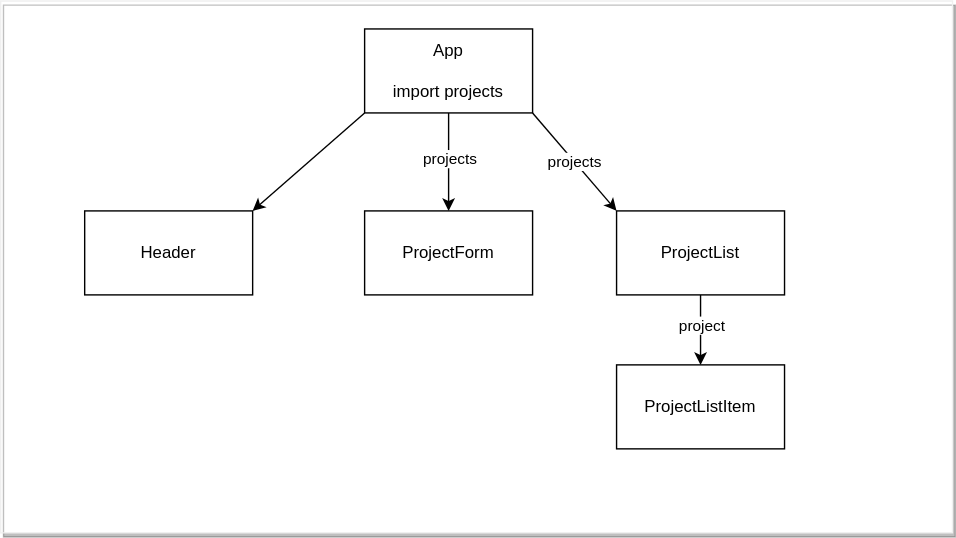
This is phase-2/03_information_flow/project_showcase/src/components-diagram.drawio.svg from gnappo1/west-041023-live, a draw.io export, as it was before one commit. Source tidied: cells renumbered, new cells last; positions are measured from the earlier drawing's top-left corner, leaving out a move shared by most shapes. Source of this version:
```xml
<mxGraphModel>
  <root>
    <mxCell id="0" />
    <mxCell id="1" parent="0" />
    <mxCell id="2" style="shape=table;startSize=0;strokeColor=#F0F0F0;shadow=1;" parent="1" vertex="1">
      <mxGeometry width="680" height="380" as="geometry" />
    </mxCell>
    <mxCell id="3" style="shape=partialRectangle;fillColor=none;top=0;left=0;bottom=0;right=0;" parent="2" vertex="1">
      <mxGeometry width="680" height="380" as="geometry" />
    </mxCell>
    <mxCell id="4" style="shape=partialRectangle;html=1;whiteSpace=wrap;overflow=hidden;fillColor=none;top=0;left=0;bottom=0;right=0;" parent="3" vertex="1">
      <mxGeometry width="680" height="380" as="geometry" />
    </mxCell>
    <mxCell id="5" style="edgeStyle=none;html=1;" parent="1" edge="1" source="7" target="9">
      <mxGeometry relative="1" as="geometry" />
    </mxCell>
    <mxCell id="6" value="projects" style="edgeLabel;html=1;align=center;verticalAlign=middle;" parent="5" vertex="1">
      <mxGeometry x="-0.07" relative="1" as="geometry" />
    </mxCell>
    <mxCell id="7" value="App&lt;br&gt;&lt;br&gt;import projects" style="rounded=0;whiteSpace=wrap;html=1;" parent="1" vertex="1">
      <mxGeometry x="260" y="20" width="120" height="60" as="geometry" />
    </mxCell>
    <mxCell id="8" value="Header" style="rounded=0;whiteSpace=wrap;html=1;" parent="1" vertex="1">
      <mxGeometry x="60" y="150" width="120" height="60" as="geometry" />
    </mxCell>
    <mxCell id="9" value="ProjectForm" style="rounded=0;whiteSpace=wrap;html=1;" parent="1" vertex="1">
      <mxGeometry x="260" y="150" width="120" height="60" as="geometry" />
    </mxCell>
    <mxCell id="10" style="edgeStyle=none;html=1;" parent="1" edge="1" source="12" target="13">
      <mxGeometry relative="1" as="geometry" />
    </mxCell>
    <mxCell id="11" value="project" style="edgeLabel;html=1;align=center;verticalAlign=middle;" parent="10" vertex="1">
      <mxGeometry x="-0.14" relative="1" as="geometry" />
    </mxCell>
    <mxCell id="12" value="ProjectList" style="rounded=0;whiteSpace=wrap;html=1;" parent="1" vertex="1">
      <mxGeometry x="440" y="150" width="120" height="60" as="geometry" />
    </mxCell>
    <mxCell id="13" value="ProjectListItem" style="rounded=0;whiteSpace=wrap;html=1;" parent="1" vertex="1">
      <mxGeometry x="440" y="260" width="120" height="60" as="geometry" />
    </mxCell>
    <mxCell id="14" style="endArrow=classic;html=1;entryX=1;entryY=0;entryDx=0;entryDy=0;exitX=0;exitY=1;exitDx=0;exitDy=0;" parent="1" edge="1" source="7" target="8">
      <mxGeometry relative="1" as="geometry" />
    </mxCell>
    <mxCell id="15" value="projects" style="endArrow=classic;html=1;entryX=0;entryY=0;entryDx=0;entryDy=0;exitX=1;exitY=1;exitDx=0;exitDy=0;" parent="1" edge="1" source="7" target="12">
      <mxGeometry relative="1" as="geometry" />
    </mxCell>
  </root>
</mxGraphModel>
```
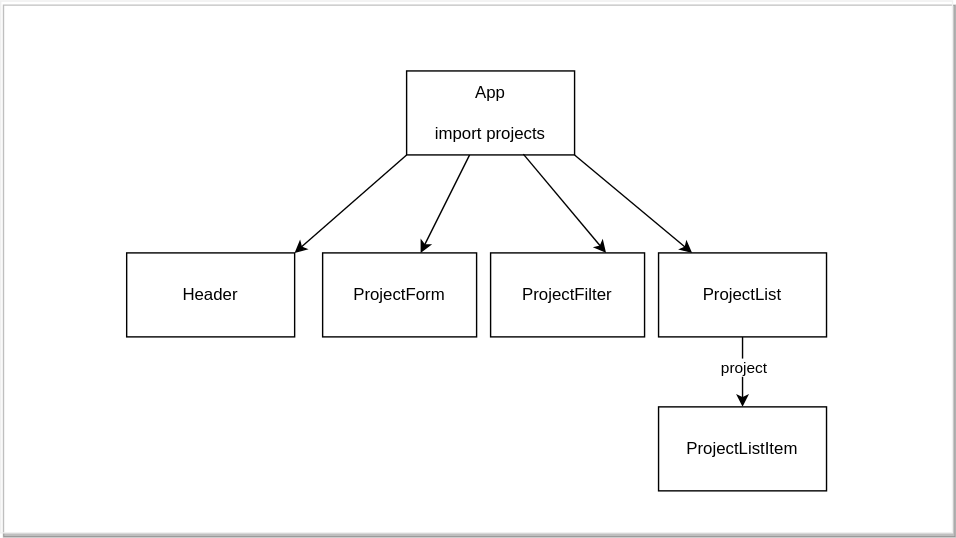
Later version of the same file.

What changed in the source:
```diff
@@ -3,7 +3,7 @@
     <mxCell id="0" />
     <mxCell id="1" parent="0" />
     <mxCell id="2" style="shape=table;startSize=0;strokeColor=#F0F0F0;shadow=1;" parent="1" vertex="1">
-      <mxGeometry width="680" height="380" as="geometry" />
+      <mxGeometry x="-30" y="-30" width="680" height="380" as="geometry" />
     </mxCell>
     <mxCell id="3" style="shape=partialRectangle;fillColor=none;top=0;left=0;bottom=0;right=0;" parent="2" vertex="1">
       <mxGeometry width="680" height="380" as="geometry" />
@@ -14,9 +14,9 @@
     <mxCell id="5" style="edgeStyle=none;html=1;" parent="1" edge="1" source="7" target="9">
       <mxGeometry relative="1" as="geometry" />
     </mxCell>
-    <mxCell id="6" value="projects" style="edgeLabel;html=1;align=center;verticalAlign=middle;" parent="5" vertex="1">
-      <mxGeometry x="-0.07" relative="1" as="geometry" />
-    </mxCell>
+    <mxCell id="15" style="edgeStyle=none;html=1;exitX=1;exitY=1;exitDx=0;exitDy=0;" parent="1" edge="1" source="7" target="12">
+      <mxGeometry relative="1" as="geometry" />
+    </mxCell>
     <mxCell id="7" value="App&lt;br&gt;&lt;br&gt;import projects" style="rounded=0;whiteSpace=wrap;html=1;" parent="1" vertex="1">
       <mxGeometry x="260" y="20" width="120" height="60" as="geometry" />
     </mxCell>
@@ -24,7 +24,7 @@
       <mxGeometry x="60" y="150" width="120" height="60" as="geometry" />
     </mxCell>
     <mxCell id="9" value="ProjectForm" style="rounded=0;whiteSpace=wrap;html=1;" parent="1" vertex="1">
-      <mxGeometry x="260" y="150" width="120" height="60" as="geometry" />
+      <mxGeometry x="200" y="150" width="110" height="60" as="geometry" />
     </mxCell>
     <mxCell id="10" style="edgeStyle=none;html=1;" parent="1" edge="1" source="12" target="13">
       <mxGeometry relative="1" as="geometry" />
@@ -41,8 +41,11 @@
     <mxCell id="14" style="endArrow=classic;html=1;entryX=1;entryY=0;entryDx=0;entryDy=0;exitX=0;exitY=1;exitDx=0;exitDy=0;" parent="1" edge="1" source="7" target="8">
       <mxGeometry relative="1" as="geometry" />
     </mxCell>
-    <mxCell id="15" value="projects" style="endArrow=classic;html=1;entryX=0;entryY=0;entryDx=0;entryDy=0;exitX=1;exitY=1;exitDx=0;exitDy=0;" parent="1" edge="1" source="7" target="12">
-      <mxGeometry relative="1" as="geometry" />
-    </mxCell>
+    <mxCell id="16" value="ProjectFilter" style="whiteSpace=wrap;html=1;" parent="1" vertex="1">
+      <mxGeometry x="320" y="150" width="110" height="60" as="geometry" />
+    </mxCell>
+    <mxCell id="17" style="edgeStyle=none;jettySize=auto;html=1;entryX=0.75;entryY=0;entryDx=0;entryDy=0;exitX=0.695;exitY=0.99;exitDx=0;exitDy=0;exitPerimeter=0;" parent="1" edge="1" source="7" target="16">
+      <mxGeometry relative="1" as="geometry" />
+    </mxCell>
   </root>
 </mxGraphModel>
```
